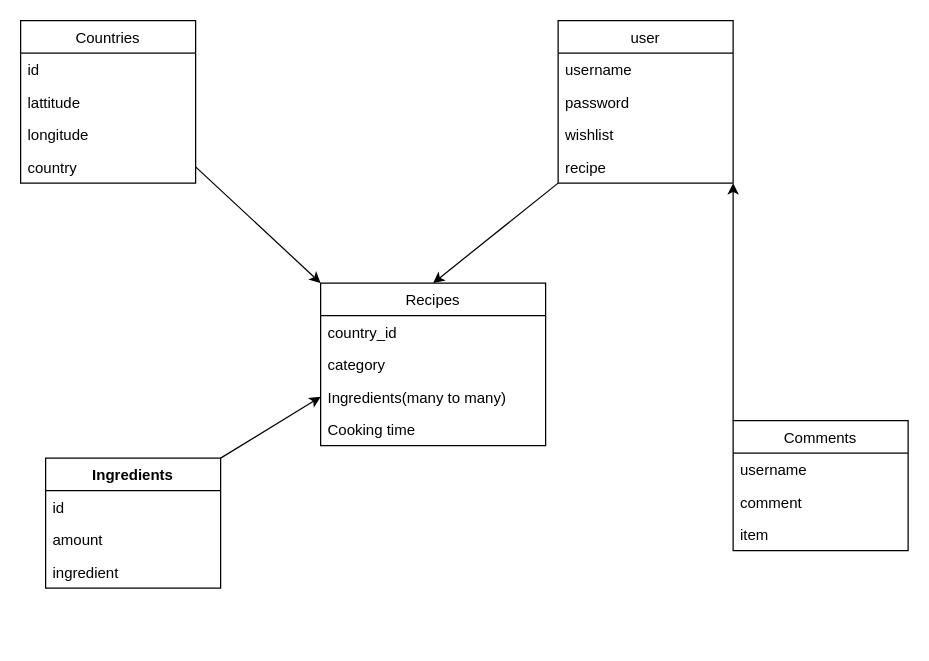
The draw.io diagram Untitled Diagram.drawio in GijsdeJongh/test, before the edit. Source tidied: cells renumbered, new cells numbered last; positions are measured from the earlier drawing's top-left corner, leaving out a move shared by most shapes. Both pictures are drawn from the tidied source at 125%, with x=0, y=0 at pixel (20, 20).
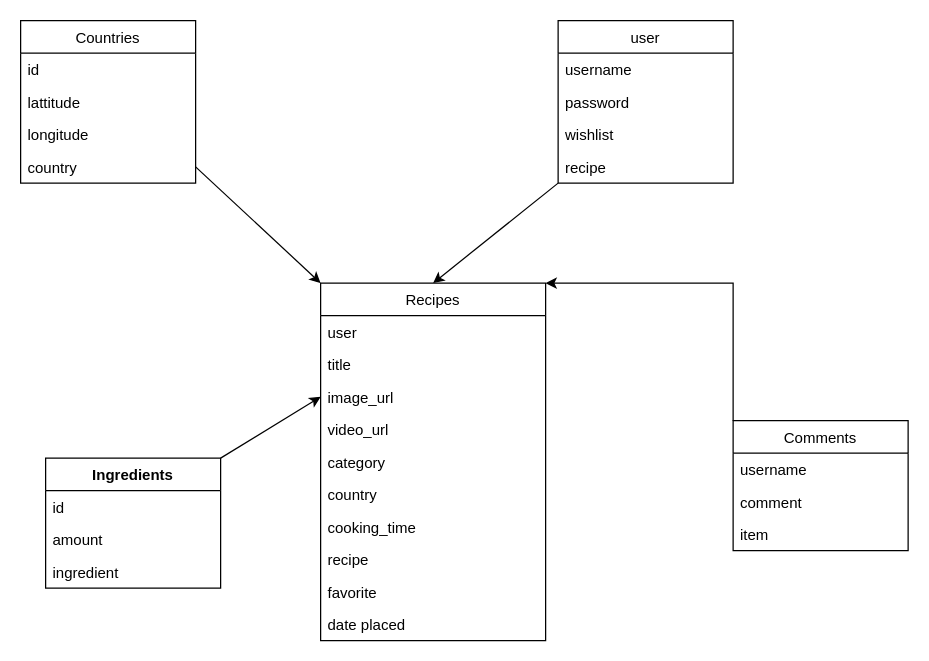
The same page after the edit.

The change refers to these unchanged cells:
```xml
<mxCell id="13" value="user" style="swimlane;fontStyle=0;horizontal=1;startSize=26;fillColor=none;" parent="1" vertex="1">
  <mxGeometry x="430" width="140" height="130" as="geometry" />
</mxCell>
<mxCell id="25" value="Comments" style="swimlane;fontStyle=0;horizontal=1;startSize=26;fillColor=none;" parent="1" vertex="1">
  <mxGeometry x="570" y="320" width="140" height="104" as="geometry" />
</mxCell>
```

Change to the diagram source:
```diff
@@
     <mxCell id="7" value="Recipes" style="swimlane;fontStyle=0;horizontal=1;startSize=26;fillColor=none;" parent="1" vertex="1">
-      <mxGeometry x="240" y="210" width="180" height="130" as="geometry" />
+      <mxGeometry x="240" y="210" width="180" height="286" as="geometry" />
     </mxCell>
-    <mxCell id="8" value="country_id" style="text;strokeColor=none;fillColor=none;align=left;verticalAlign=top;spacingLeft=4;spacingRight=4;overflow=hidden;" parent="7" vertex="1">
+    <mxCell id="8" value="user" style="text;strokeColor=none;fillColor=none;align=left;verticalAlign=top;spacingLeft=4;spacingRight=4;overflow=hidden;" parent="7" vertex="1">
       <mxGeometry y="26" width="180" height="26" as="geometry" />
     </mxCell>
-    <mxCell id="9" value="category" style="text;strokeColor=none;fillColor=none;align=left;verticalAlign=top;spacingLeft=4;spacingRight=4;overflow=hidden;" parent="7" vertex="1">
+    <mxCell id="9" value="title" style="text;strokeColor=none;fillColor=none;align=left;verticalAlign=top;spacingLeft=4;spacingRight=4;overflow=hidden;" parent="7" vertex="1">
       <mxGeometry y="52" width="180" height="26" as="geometry" />
     </mxCell>
-    <mxCell id="10" value="Ingredients(many to many)" style="text;strokeColor=none;fillColor=none;align=left;verticalAlign=top;spacingLeft=4;spacingRight=4;overflow=hidden;points=[[0,0.5],[1,0.5]];portConstraint=eastwest;" parent="7" vertex="1">
+    <mxCell id="10" value="image_url" style="text;strokeColor=none;fillColor=none;align=left;verticalAlign=top;spacingLeft=4;spacingRight=4;overflow=hidden;points=[[0,0.5],[1,0.5]];portConstraint=eastwest;" parent="7" vertex="1">
       <mxGeometry y="78" width="180" height="26" as="geometry" />
     </mxCell>
-    <mxCell id="11" value="Cooking time" style="text;strokeColor=none;fillColor=none;align=left;verticalAlign=top;spacingLeft=4;spacingRight=4;overflow=hidden;" parent="7" vertex="1">
+    <mxCell id="11" value="video_url" style="text;strokeColor=none;fillColor=none;align=left;verticalAlign=top;spacingLeft=4;spacingRight=4;overflow=hidden;" parent="7" vertex="1">
       <mxGeometry y="104" width="180" height="26" as="geometry" />
     </mxCell>
+    <mxCell id="29" value="category" style="text;strokeColor=none;fillColor=none;align=left;verticalAlign=top;spacingLeft=4;spacingRight=4;overflow=hidden;" parent="7" vertex="1">
+      <mxGeometry y="130" width="180" height="26" as="geometry" />
+    </mxCell>
+    <mxCell id="30" value="country" style="text;strokeColor=none;fillColor=none;align=left;verticalAlign=top;spacingLeft=4;spacingRight=4;overflow=hidden;" parent="7" vertex="1">
+      <mxGeometry y="156" width="180" height="26" as="geometry" />
+    </mxCell>
+    <mxCell id="31" value="cooking_time" style="text;strokeColor=none;fillColor=none;align=left;verticalAlign=top;spacingLeft=4;spacingRight=4;overflow=hidden;" parent="7" vertex="1">
+      <mxGeometry y="182" width="180" height="26" as="geometry" />
+    </mxCell>
+    <mxCell id="32" value="recipe" style="text;strokeColor=none;fillColor=none;align=left;verticalAlign=top;spacingLeft=4;spacingRight=4;overflow=hidden;" parent="7" vertex="1">
+      <mxGeometry y="208" width="180" height="26" as="geometry" />
+    </mxCell>
+    <mxCell id="33" value="favorite" style="text;strokeColor=none;fillColor=none;align=left;verticalAlign=top;spacingLeft=4;spacingRight=4;overflow=hidden;" parent="7" vertex="1">
+      <mxGeometry y="234" width="180" height="26" as="geometry" />
+    </mxCell>
+    <mxCell id="34" value="date placed" style="text;strokeColor=none;fillColor=none;align=left;verticalAlign=top;spacingLeft=4;spacingRight=4;overflow=hidden;" parent="7" vertex="1">
+      <mxGeometry y="260" width="180" height="26" as="geometry" />
+    </mxCell>
@@
-    <mxCell id="24" style="edgeStyle=orthogonalEdgeStyle;rounded=0;jettySize=auto;html=1;exitX=0;exitY=0;exitDx=0;exitDy=0;entryX=1;entryY=1;entryDx=0;entryDy=0;" parent="1" edge="1" source="25" target="13">
-      <mxGeometry relative="1" as="geometry" />
+    <mxCell id="24" style="edgeStyle=orthogonalEdgeStyle;rounded=0;jettySize=auto;html=1;exitX=0;exitY=0;exitDx=0;exitDy=0;entryX=1;entryY=0;entryDx=0;entryDy=0;" parent="1" edge="1" source="25" target="7">
+      <mxGeometry relative="1" as="geometry">
+        <Array as="points">
+          <mxPoint x="570" y="210" />
+        </Array>
+      </mxGeometry>
     </mxCell>
```
